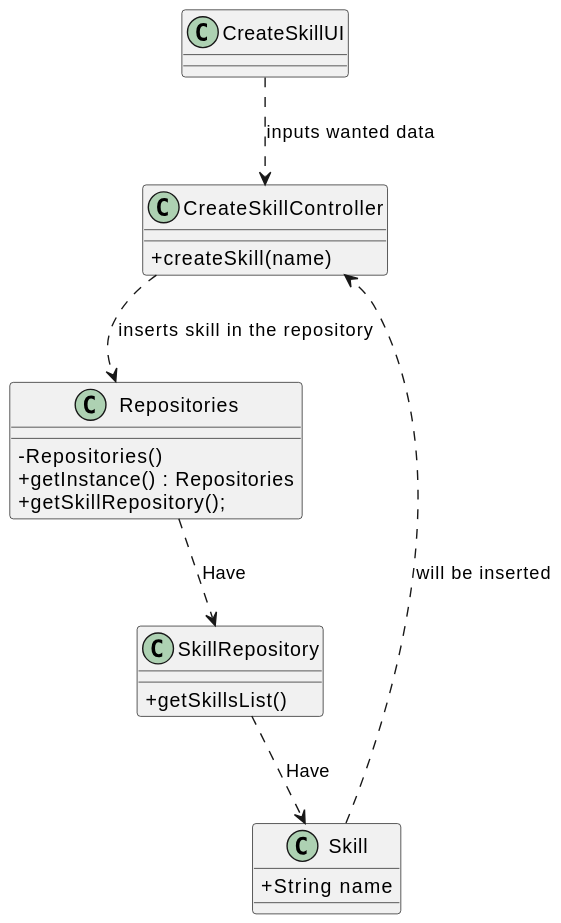
The PlantUML diagram docs/sprintB/us001/03.design/svg/us001-class-diagram.svg in Departamento-de-Engenharia-Informatica/lei-24-s2-1dm-g132, before a commit.
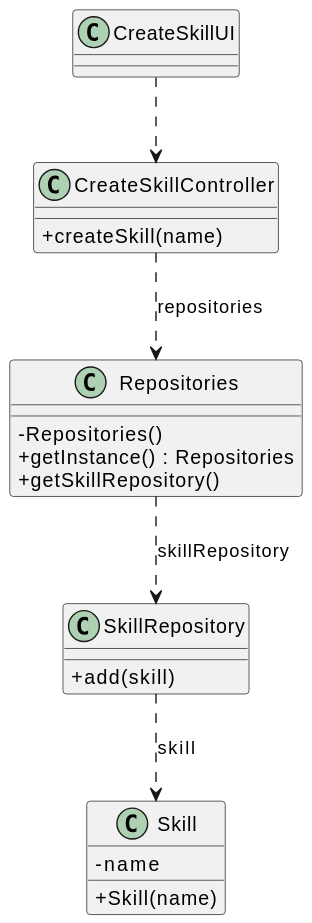
After the change.

Change to the diagram source:
```diff
@@ -11,22 +11,22 @@
 }
 
 class Skill
- {
-    +String name
+{
+    - name
+    + Skill(name)
+}
+class Repositories {
+    - Repositories()
+    + getInstance() : Repositories
+    + getSkillRepository()
+}
 
- }
- class Repositories {
-     - Repositories()
-     + getInstance() : Repositories
-     + getSkillRepository();
- }
+class SkillRepository {
+   + add(skill)
+}
+CreateSkillUI ..> CreateSkillController
+CreateSkillController ..> Repositories : repositories
 
- class SkillRepository {
-     + getSkillsList()
- }
-CreateSkillUI ..> CreateSkillController: inputs wanted data
-CreateSkillController ..> Repositories : inserts skill in the repository
-Repositories ..> SkillRepository : Have
-SkillRepository ..> Skill : Have
-Skill ..> CreateSkillController : will be inserted
+Repositories ..> SkillRepository : skillRepository
+SkillRepository ..> Skill : skill
 @enduml
```
